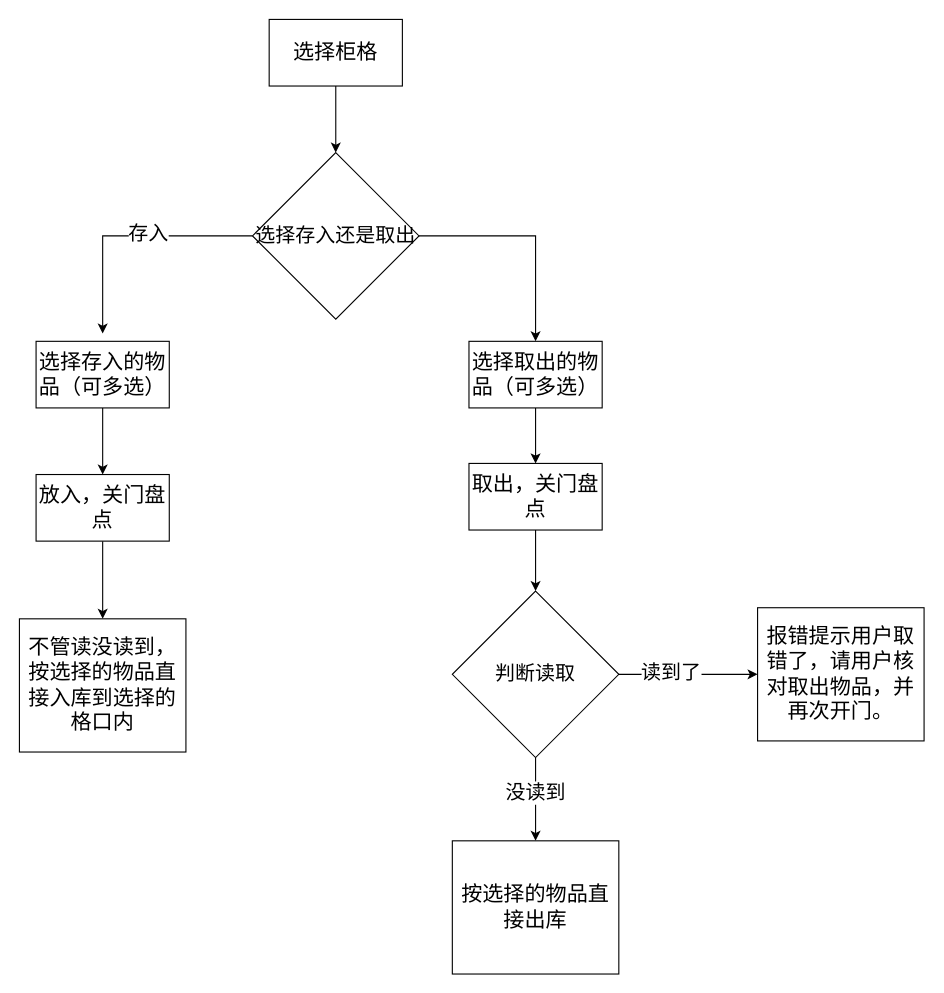
This is 昌吉rfid增强模式.drawio from captain188/draw.io, a draw.io file, before an edit. Source tidied: cells renumbered, new cells numbered last; positions are measured from the earlier drawing's top-left corner, leaving out a move shared by most shapes. Both pictures are drawn from the tidied source at 111%, with x=0, y=0 at pixel (19, 19).
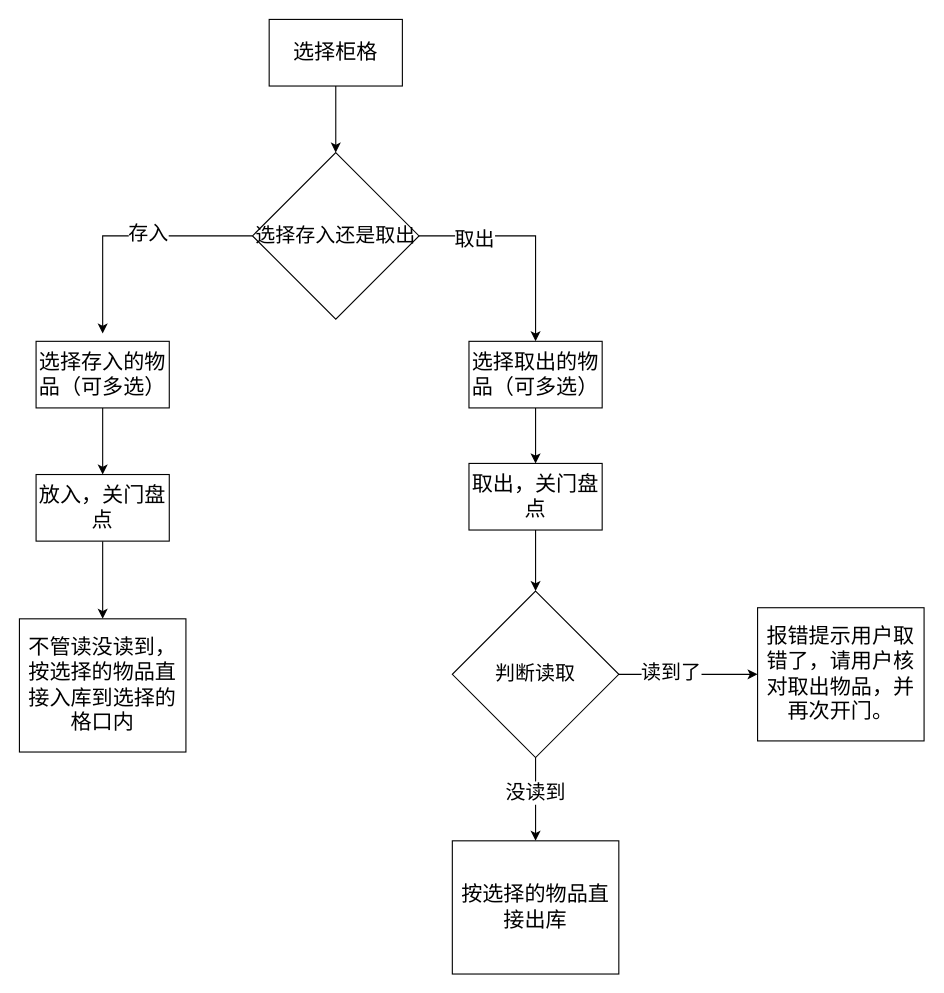
The same diagram, later.

Commit message (it also covers changes not shown here):
更新昌吉rfid增强模式.drawio

The change refers to these unchanged cells:
```xml
<mxCell id="4" style="edgeStyle=orthogonalEdgeStyle;rounded=0;jettySize=auto;html=1;entryX=0.5;entryY=0;entryDx=0;entryDy=0;" parent="1" edge="1" source="5" target="14">
  <mxGeometry relative="1" as="geometry" />
</mxCell>
```

What changed in the source:
```diff
@@
+    <mxCell id="24" value="&lt;font style=&quot;font-size: 18px;&quot;&gt;取出&lt;/font&gt;" style="edgeLabel;html=1;align=center;verticalAlign=middle;" parent="4" vertex="1">
+      <mxGeometry x="-0.51" y="-3" relative="1" as="geometry" />
+    </mxCell>
```
